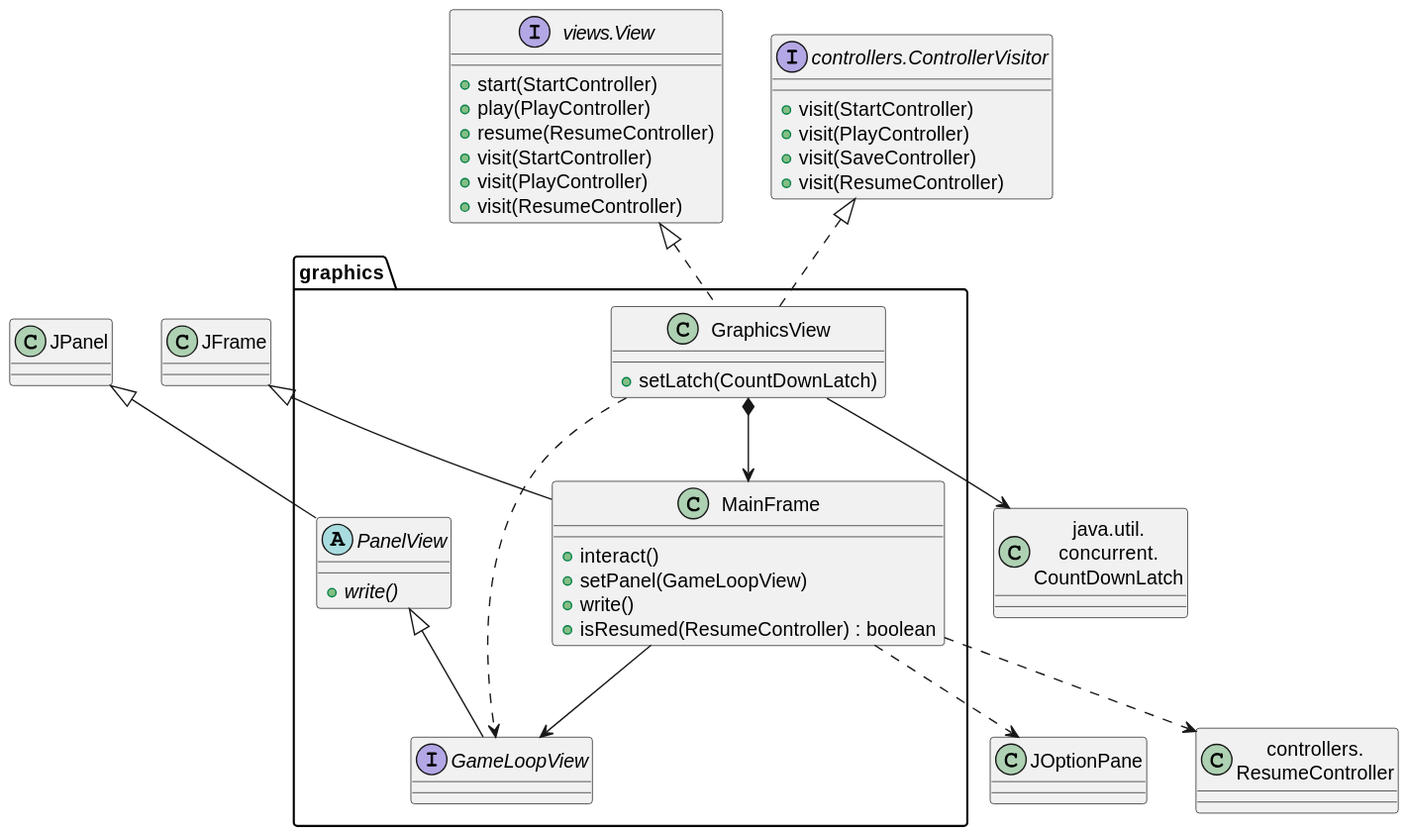
This is out/connect4/Docs/diagrams/src/packages/connect4.connect4.views.graphics/connect4.connect4.views.graphics.svg from js-rom/connect4, a PlantUML export, as it was before one commit.
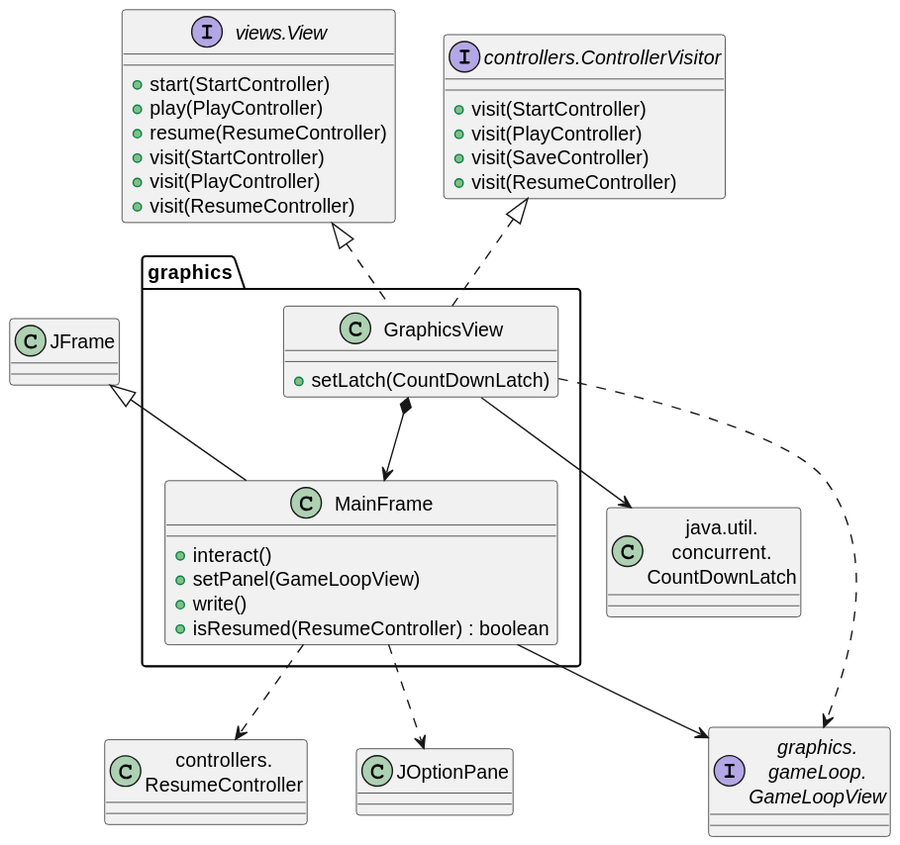
After the change.

The edit, as a diff of the source:
```diff
@@ -1,6 +1,7 @@
 @startuml
 class CountDownLatch as "java.util.\nconcurrent.\nCountDownLatch"
 class ResumeController as "controllers.\nResumeController"
+interface GameLoopView as "graphics.\ngameLoop.\nGameLoopView"
 
 class graphics.GraphicsView {
     +setLatch(CountDownLatch)
@@ -12,15 +13,6 @@
     +write()
     +isResumed(ResumeController) : boolean
 }
-
-abstract class graphics.PanelView {
-    + {abstract} write()
-}
-
-interface graphics.GameLoopView
-
-
-abstract class graphics.PanelView
 
 interface View as "views.View"{
     +start(StartController)
@@ -52,9 +44,6 @@
 class JOptionPane
 MainFrame ..> JOptionPane
 
-JPanel <|-- PanelView
-PanelView <|-- GameLoopView
-
 GraphicsView ..> GameLoopView
 MainFrame --> GameLoopView
 @enduml
```
